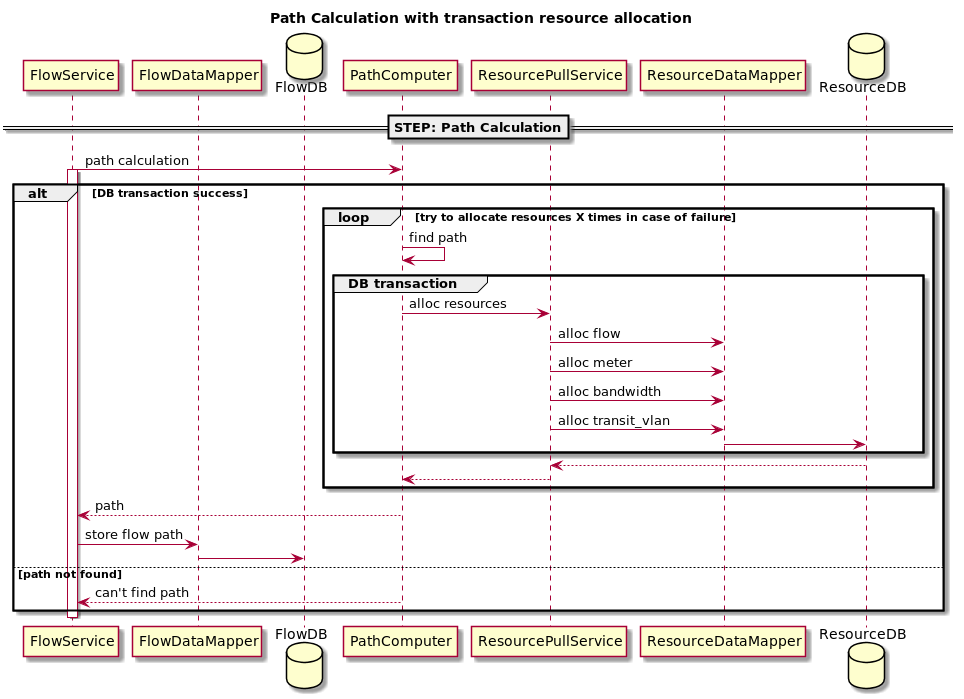
Above: docs/design/domain-model/path-calculation.png in telstra/open-kilda (PlantUML), before the change. Its diagram source:
```plantuml
@startuml
title Path Calculation with transaction resource allocation

participant FlowService
participant FlowDataMapper
database FlowDB
participant PathComputer
participant ResourcePullService
participant ResourceDataMapper
database ResourceDB


==STEP: Path Calculation==
FlowService -> PathComputer : path calculation
activate FlowService

alt DB transaction success
  loop try to allocate resources X times in case of failure
    PathComputer -> PathComputer : find path
    group DB transaction
    PathComputer -> ResourcePullService : alloc resources
    ResourcePullService -> ResourceDataMapper : alloc flow
    ResourcePullService -> ResourceDataMapper : alloc meter
    ResourcePullService -> ResourceDataMapper : alloc bandwidth
    ResourcePullService -> ResourceDataMapper : alloc transit_vlan
    ResourceDataMapper -> ResourceDB
    end
    ResourcePullService <-- ResourceDB
    PathComputer <-- ResourcePullService
  end
FlowService <-- PathComputer : path
FlowService -> FlowDataMapper : store flow path
FlowDataMapper -> FlowDB :

else path not found
FlowService <-- PathComputer : can't find path
end

deactivate FlowService
@enduml
```
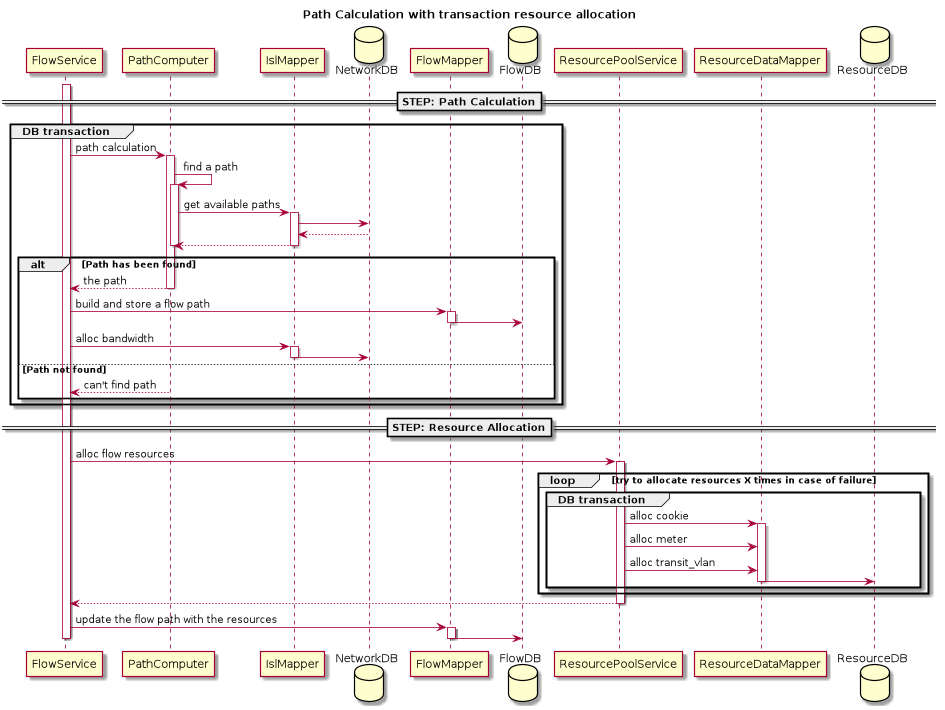
The same diagram one commit later.

Diff of the diagram source:
```diff
@@ -2,39 +2,66 @@
 title Path Calculation with transaction resource allocation
 
 participant FlowService
-participant FlowDataMapper
+participant PathComputer
+participant IslMapper
+database NetworkDB
+participant FlowMapper
 database FlowDB
-participant PathComputer
-participant ResourcePullService
+participant ResourcePoolService
 participant ResourceDataMapper
 database ResourceDB
 
 
 ==STEP: Path Calculation==
-FlowService -> PathComputer : path calculation
 activate FlowService
+group DB transaction
+    FlowService -> PathComputer : path calculation
+    activate PathComputer
+    PathComputer -> PathComputer : find a path
+    activate PathComputer
+    PathComputer -> IslMapper : get available paths
+    activate IslMapper
+    IslMapper -> NetworkDB
+    IslMapper <-- NetworkDB
+    PathComputer <-- IslMapper
+    deactivate IslMapper
+    deactivate PathComputer
+    alt Path has been found
+        FlowService <-- PathComputer : the path
+        deactivate PathComputer
 
-alt DB transaction success
-  loop try to allocate resources X times in case of failure
-    PathComputer -> PathComputer : find path
-    group DB transaction
-    PathComputer -> ResourcePullService : alloc resources
-    ResourcePullService -> ResourceDataMapper : alloc flow
-    ResourcePullService -> ResourceDataMapper : alloc meter
-    ResourcePullService -> ResourceDataMapper : alloc bandwidth
-    ResourcePullService -> ResourceDataMapper : alloc transit_vlan
-    ResourceDataMapper -> ResourceDB
+        FlowService -> FlowMapper : build and store a flow path
+        activate FlowMapper
+        FlowMapper -> FlowDB
+        deactivate FlowMapper
+        FlowService -> IslMapper : alloc bandwidth
+        activate IslMapper
+        IslMapper -> NetworkDB
+        deactivate IslMapper
+    else Path not found
+        FlowService <-- PathComputer : can't find path
     end
-    ResourcePullService <-- ResourceDB
-    PathComputer <-- ResourcePullService
-  end
-FlowService <-- PathComputer : path
-FlowService -> FlowDataMapper : store flow path
-FlowDataMapper -> FlowDB :
-
-else path not found
-FlowService <-- PathComputer : can't find path
 end
 
+==STEP: Resource Allocation==
+
+FlowService -> ResourcePoolService : alloc flow resources
+activate ResourcePoolService
+loop try to allocate resources X times in case of failure
+    group DB transaction
+        ResourcePoolService -> ResourceDataMapper : alloc cookie
+        activate ResourceDataMapper
+        ResourcePoolService -> ResourceDataMapper : alloc meter
+        ResourcePoolService -> ResourceDataMapper : alloc transit_vlan
+        ResourceDataMapper -> ResourceDB
+        deactivate ResourceDataMapper
+    end
+end
+FlowService <-- ResourcePoolService
+deactivate ResourcePoolService
+FlowService -> FlowMapper : update the flow path with the resources
+activate FlowMapper
+FlowMapper -> FlowDB
+deactivate FlowMapper
 deactivate FlowService
 @enduml
```
